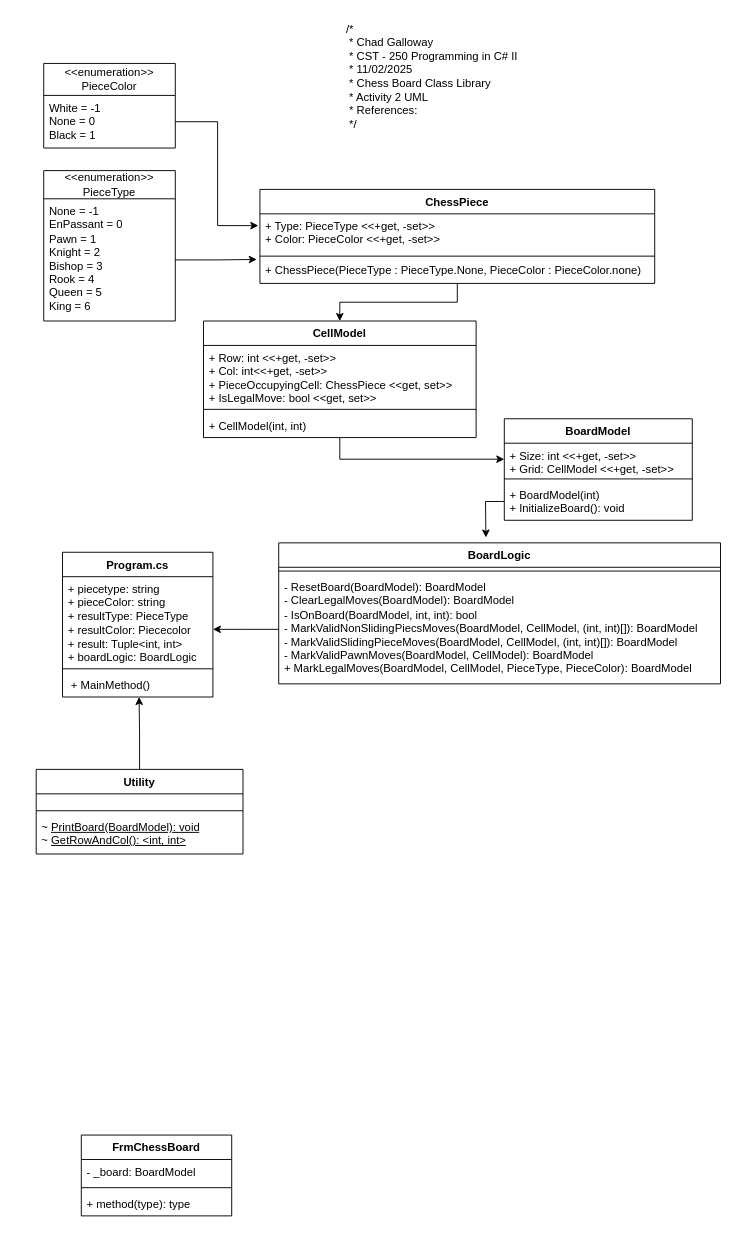
This is Activity 2/Pictures/Activity2_UML.drawio from CGalloway3/CST-250-Projects, a draw.io file, before an edit. Source tidied: cells renumbered, new cells numbered last; positions are measured from the earlier drawing's top-left corner, leaving out a move shared by most shapes. Both pictures are drawn from the tidied source at 94%, with x=0, y=0 at pixel (36, 16).
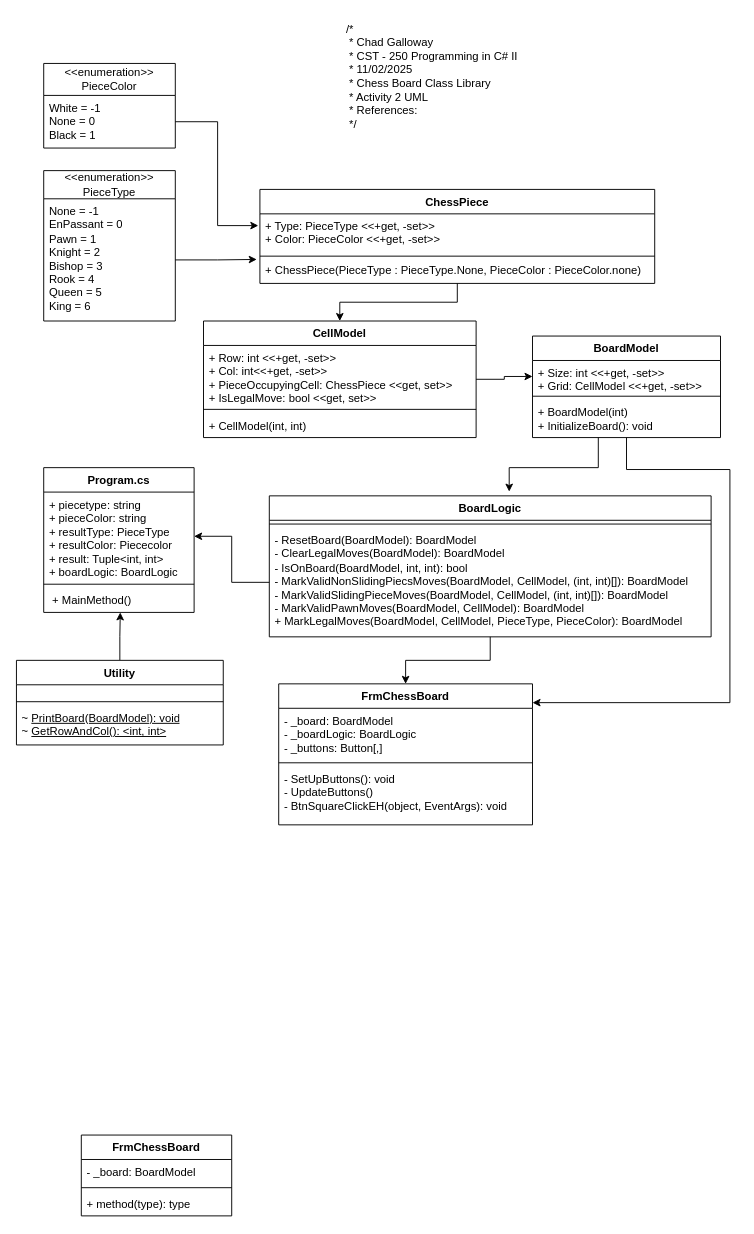
The same page after the edit.

Unchanged cells that the change refers to:
```xml
<mxCell id="10" value="+ BoardModel(int)&lt;div&gt;+ InitializeBoard(): void&lt;/div&gt;" style="text;strokeColor=none;fillColor=none;align=left;verticalAlign=top;spacingLeft=4;spacingRight=4;overflow=hidden;points=[[0,0.5],[1,0.5]];portConstraint=eastwest;whiteSpace=wrap;html=1;" parent="7" vertex="1">
  <mxGeometry y="68" width="200" height="40" as="geometry" />
</mxCell>
<mxCell id="14" value="- ResetBoard(BoardModel): BoardModel&lt;div&gt;- ClearLegalMoves(BoardModel): BoardModel&lt;br&gt;&lt;div&gt;- IsOnBoard(BoardModel, int, int): bool&lt;/div&gt;&lt;div&gt;- MarkValidNonSlidingPiecsMoves(BoardModel, CellModel, (int, int)[]): BoardModel&lt;/div&gt;&lt;div&gt;- MarkValidSlidingPieceMoves(&lt;span style=&quot;background-color: transparent; color: light-dark(rgb(0, 0, 0), rgb(255, 255, 255));&quot;&gt;BoardModel, CellModel, (int, int)[]): BoardModel&lt;/span&gt;&lt;/div&gt;&lt;div&gt;- MarkValidPawnMoves(BoardModel, CellModel): BoardModel&lt;/div&gt;&lt;div&gt;+ MarkLegalMoves(BoardModel, CellModel, PieceType, PieceColor): BoardModel&lt;/div&gt;&lt;div&gt;&lt;br&gt;&lt;/div&gt;&lt;/div&gt;" style="text;strokeColor=none;fillColor=none;align=left;verticalAlign=top;spacingLeft=4;spacingRight=4;overflow=hidden;points=[[0,0.5],[1,0.5]];portConstraint=eastwest;whiteSpace=wrap;html=1;" parent="11" vertex="1">
  <mxGeometry y="34" width="470" height="116" as="geometry" />
</mxCell>
<mxCell id="38" value="+ piecetype: string&lt;div&gt;+ pieceColor: string&lt;/div&gt;&lt;div&gt;+ resultType: PieceType&lt;/div&gt;&lt;div&gt;+ resultColor: Piececolor&lt;/div&gt;&lt;div&gt;+ result: Tuple&amp;lt;int, int&amp;gt;&lt;/div&gt;&lt;div&gt;+ boardLogic: BoardLogic&lt;/div&gt;" style="text;strokeColor=none;fillColor=none;align=left;verticalAlign=top;spacingLeft=4;spacingRight=4;overflow=hidden;points=[[0,0.5],[1,0.5]];portConstraint=eastwest;whiteSpace=wrap;html=1;" parent="37" vertex="1">
  <mxGeometry y="26" width="160" height="94" as="geometry" />
</mxCell>
```

The edit, as a diff of the source:
```diff
@@
+    <mxCell id="41" style="edgeStyle=orthogonalEdgeStyle;rounded=0;jettySize=auto;html=1;" parent="1" edge="1" source="7" target="43">
+      <mxGeometry relative="1" as="geometry">
+        <Array as="points">
+          <mxPoint x="628" y="482" />
+          <mxPoint x="738" y="482" />
+          <mxPoint x="738" y="730" />
+        </Array>
+      </mxGeometry>
+    </mxCell>
     <mxCell id="7" value="BoardModel" style="swimlane;fontStyle=1;align=center;verticalAlign=top;horizontal=1;startSize=26;whiteSpace=wrap;html=1;" parent="1" vertex="1">
-      <mxGeometry x="498" y="428" width="200" height="108" as="geometry" />
+      <mxGeometry x="528" y="340" width="200" height="108" as="geometry" />
     </mxCell>
@@
+    <mxCell id="42" style="edgeStyle=orthogonalEdgeStyle;rounded=0;jettySize=auto;html=1;entryX=0.5;entryY=0;entryDx=0;entryDy=0;" parent="1" edge="1" source="11" target="43">
+      <mxGeometry relative="1" as="geometry" />
+    </mxCell>
     <mxCell id="11" value="BoardLogic" style="swimlane;fontStyle=1;align=center;verticalAlign=top;horizontal=1;startSize=26;whiteSpace=wrap;html=1;" parent="1" vertex="1">
-      <mxGeometry x="258" y="560" width="470" height="150" as="geometry" />
+      <mxGeometry x="248" y="510" width="470" height="150" as="geometry" />
     </mxCell>
@@
-    <mxCell id="13" style="edgeStyle=orthogonalEdgeStyle;rounded=0;jettySize=auto;html=1;" parent="11" edge="1" source="14">
-      <mxGeometry relative="1" as="geometry">
-        <mxPoint x="-70" y="92" as="targetPoint" />
-      </mxGeometry>
-    </mxCell>
@@
     <mxCell id="16" value="Utility" style="swimlane;fontStyle=1;align=center;verticalAlign=top;horizontal=1;startSize=26;whiteSpace=wrap;html=1;" parent="1" vertex="1">
-      <mxGeometry y="801" width="220" height="90" as="geometry" />
+      <mxGeometry x="-21" y="685" width="220" height="90" as="geometry" />
     </mxCell>
@@
-    <mxCell id="25" style="endArrow=classic;html=1;rounded=0;entryX=0.469;entryY=-0.038;entryDx=0;entryDy=0;entryPerimeter=0;" parent="1" edge="1" source="10" target="11">
-      <mxGeometry relative="1" as="geometry">
-        <Array as="points">
-          <mxPoint x="478" y="516" />
-        </Array>
-      </mxGeometry>
-    </mxCell>
@@
     <mxCell id="37" value="Program.cs" style="swimlane;fontStyle=1;align=center;verticalAlign=top;horizontal=1;startSize=26;whiteSpace=wrap;html=1;" parent="1" vertex="1">
-      <mxGeometry x="28" y="570" width="160" height="154" as="geometry" />
+      <mxGeometry x="8" y="480" width="160" height="154" as="geometry" />
     </mxCell>
@@
+    <mxCell id="43" value="FrmChessBoard" style="swimlane;fontStyle=1;align=center;verticalAlign=top;horizontal=1;startSize=26;whiteSpace=wrap;html=1;" parent="1" vertex="1">
+      <mxGeometry x="258" y="710" width="270" height="150" as="geometry" />
+    </mxCell>
+    <mxCell id="44" value="- _board: BoardModel&lt;div&gt;- _boardLogic: BoardLogic&lt;/div&gt;&lt;div&gt;- _buttons: Button[,]&lt;/div&gt;" style="text;strokeColor=none;fillColor=none;align=left;verticalAlign=top;spacingLeft=4;spacingRight=4;overflow=hidden;whiteSpace=wrap;html=1;" parent="43" vertex="1">
+      <mxGeometry y="26" width="270" height="54" as="geometry" />
+    </mxCell>
+    <mxCell id="45" style="line;strokeWidth=1;fillColor=none;align=left;verticalAlign=middle;spacingTop=-1;spacingLeft=3;spacingRight=3;labelPosition=right;strokeColor=inherit;" parent="43" vertex="1">
+      <mxGeometry y="80" width="270" height="8" as="geometry" />
+    </mxCell>
+    <mxCell id="46" value="- SetUpButtons(): void&lt;div&gt;- UpdateButtons()&lt;br&gt;&lt;div&gt;- BtnSquareClickEH(object, EventArgs): void&lt;/div&gt;&lt;/div&gt;" style="text;strokeColor=none;fillColor=none;align=left;verticalAlign=top;spacingLeft=4;spacingRight=4;overflow=hidden;whiteSpace=wrap;html=1;" parent="43" vertex="1">
+      <mxGeometry y="88" width="270" height="62" as="geometry" />
+    </mxCell>
+    <mxCell id="13" style="edgeStyle=orthogonalEdgeStyle;rounded=0;jettySize=auto;html=1;entryX=1;entryY=0.5;entryDx=0;entryDy=0;" parent="1" edge="1" source="14" target="38">
+      <mxGeometry relative="1" as="geometry" />
+    </mxCell>
+    <mxCell id="47" style="edgeStyle=orthogonalEdgeStyle;rounded=0;jettySize=auto;html=1;entryX=0.543;entryY=-0.03;entryDx=0;entryDy=0;entryPerimeter=0;" parent="1" edge="1" source="7" target="11">
+      <mxGeometry relative="1" as="geometry">
+        <Array as="points">
+          <mxPoint x="598" y="480" />
+          <mxPoint x="503" y="480" />
+        </Array>
+      </mxGeometry>
+    </mxCell>
```
